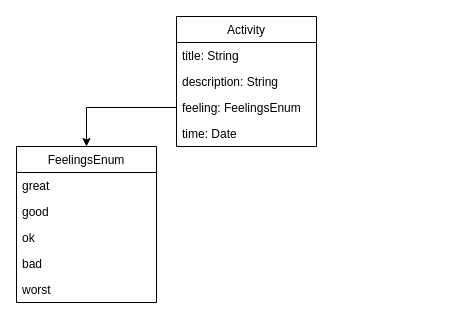
Before: Feel Tracker.drawio in Polarts/sentispace, a draw.io diagram. Source tidied: cells renumbered, new cells numbered last; positions are measured from the earlier drawing's top-left corner, leaving out a move shared by most shapes. Both pictures are drawn from the tidied source at 100%, with x=0, y=0 at pixel (16, 16).
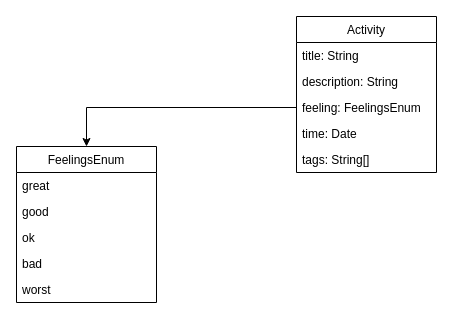
Above is the later version.

What changed in the source:
```diff
@@
 <mxGraphModel>
   <root>
     <mxCell id="0" />
     <mxCell id="1" parent="0" />
     <mxCell id="2" value="Activity" style="swimlane;fontStyle=0;horizontal=1;startSize=26;fillColor=none;" parent="1" vertex="1">
-      <mxGeometry x="160" width="140" height="130" as="geometry" />
+      <mxGeometry x="280" width="140" height="156" as="geometry" />
     </mxCell>
     <mxCell id="3" value="title: String" style="text;strokeColor=none;fillColor=none;align=left;verticalAlign=top;spacingLeft=4;spacingRight=4;overflow=hidden;" parent="2" vertex="1">
       <mxGeometry y="26" width="140" height="26" as="geometry" />
     </mxCell>
     <mxCell id="4" value="description: String" style="text;strokeColor=none;fillColor=none;align=left;verticalAlign=top;spacingLeft=4;spacingRight=4;overflow=hidden;" parent="2" vertex="1">
       <mxGeometry y="52" width="140" height="26" as="geometry" />
     </mxCell>
     <mxCell id="5" value="feeling: FeelingsEnum" style="text;strokeColor=none;fillColor=none;align=left;verticalAlign=top;spacingLeft=4;spacingRight=4;overflow=hidden;points=[[0,0.5],[1,0.5]];portConstraint=eastwest;" parent="2" vertex="1">
       <mxGeometry y="78" width="140" height="26" as="geometry" />
     </mxCell>
     <mxCell id="6" value="time: Date" style="text;strokeColor=none;fillColor=none;align=left;verticalAlign=top;spacingLeft=4;spacingRight=4;overflow=hidden;" parent="2" vertex="1">
       <mxGeometry y="104" width="140" height="26" as="geometry" />
     </mxCell>
+    <mxCell id="14" value="tags: String[]" style="text;strokeColor=none;fillColor=none;align=left;verticalAlign=top;spacingLeft=4;spacingRight=4;overflow=hidden;" parent="2" vertex="1">
+      <mxGeometry y="130" width="140" height="26" as="geometry" />
+    </mxCell>
     <mxCell id="7" value="FeelingsEnum" style="swimlane;fontStyle=0;horizontal=1;startSize=26;fillColor=none;" parent="1" vertex="1">
       <mxGeometry y="130" width="140" height="156" as="geometry" />
     </mxCell>
     <mxCell id="8" value="great" style="text;strokeColor=none;fillColor=none;align=left;verticalAlign=top;spacingLeft=4;spacingRight=4;overflow=hidden;" parent="7" vertex="1">
       <mxGeometry y="26" width="140" height="26" as="geometry" />
     </mxCell>
     <mxCell id="9" value="good" style="text;strokeColor=none;fillColor=none;align=left;verticalAlign=top;spacingLeft=4;spacingRight=4;overflow=hidden;" parent="7" vertex="1">
       <mxGeometry y="52" width="140" height="26" as="geometry" />
     </mxCell>
     <mxCell id="10" value="ok" style="text;strokeColor=none;fillColor=none;align=left;verticalAlign=top;spacingLeft=4;spacingRight=4;overflow=hidden;" parent="7" vertex="1">
       <mxGeometry y="78" width="140" height="26" as="geometry" />
     </mxCell>
     <mxCell id="11" value="bad" style="text;strokeColor=none;fillColor=none;align=left;verticalAlign=top;spacingLeft=4;spacingRight=4;overflow=hidden;" parent="7" vertex="1">
       <mxGeometry y="104" width="140" height="26" as="geometry" />
     </mxCell>
     <mxCell id="12" value="worst" style="text;strokeColor=none;fillColor=none;align=left;verticalAlign=top;spacingLeft=4;spacingRight=4;overflow=hidden;" parent="7" vertex="1">
       <mxGeometry y="130" width="140" height="26" as="geometry" />
     </mxCell>
     <mxCell id="13" style="edgeStyle=orthogonalEdgeStyle;rounded=0;jettySize=auto;html=1;entryX=0.5;entryY=0;entryDx=0;entryDy=0;" parent="1" edge="1" source="5" target="7">
       <mxGeometry relative="1" as="geometry" />
     </mxCell>
   </root>
 </mxGraphModel>
```
